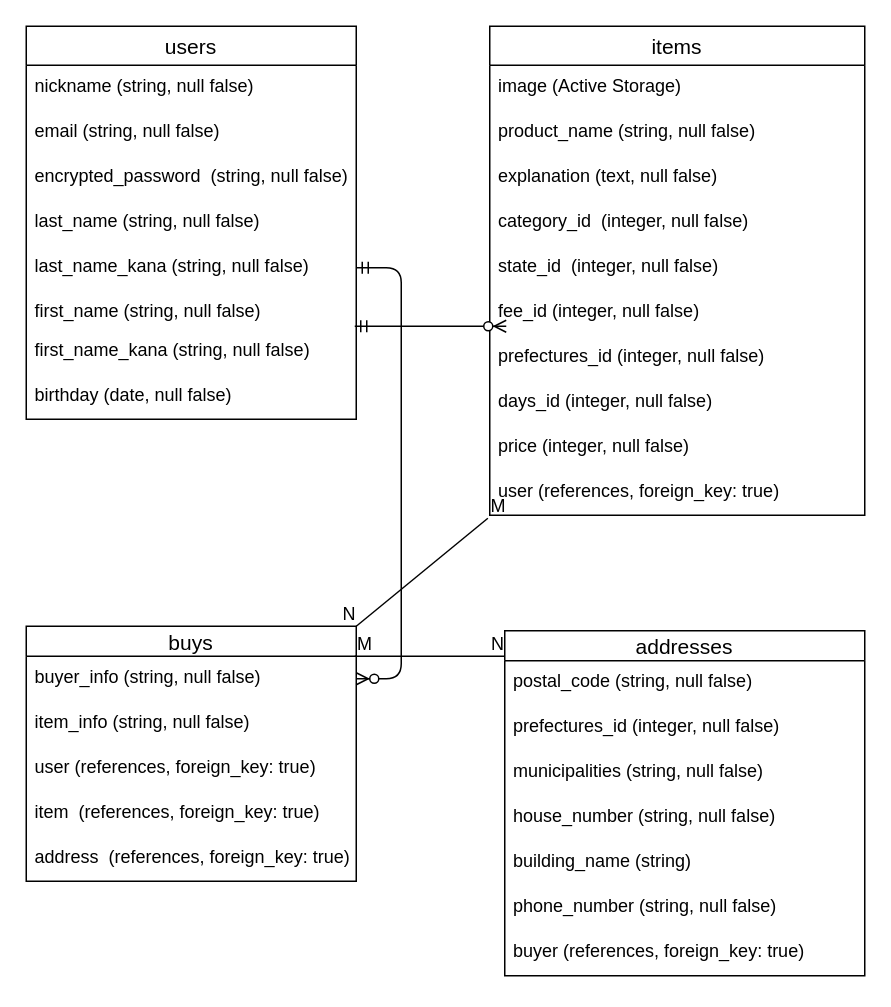
Before: furima.dio in masayoshi12/furima-27053, a draw.io diagram. Source tidied: cells renumbered, new cells numbered last; positions are measured from the earlier drawing's top-left corner, leaving out a move shared by most shapes. Both pictures are drawn from the tidied source at 150%, with x=0, y=0 at pixel (26, 26).
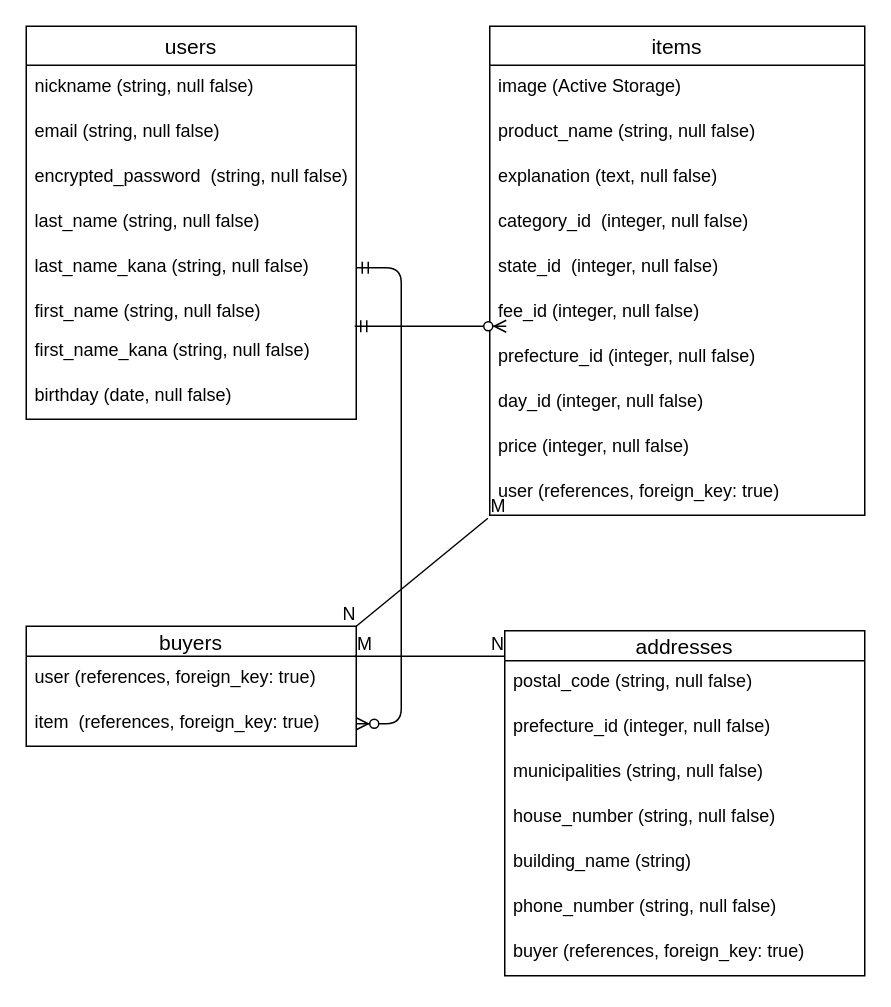
The same diagram, later.

Commit message (it also covers changes not shown here):
データベース設計(修正_3)

The change refers to these unchanged cells:
```xml
<mxCell id="7" value="last_name_kana (string, null false)" style="text;strokeColor=none;fillColor=none;spacingLeft=4;spacingRight=4;overflow=hidden;points=[[0,0.5],[1,0.5]];portConstraint=eastwest;fontSize=12;" parent="2" vertex="1">
  <mxGeometry y="146" width="220" height="30" as="geometry" />
</mxCell>
<mxCell id="11" value="items" style="swimlane;fontStyle=0;horizontal=1;startSize=26;align=center;fontSize=14;" parent="1" vertex="1">
  <mxGeometry x="309" width="250" height="326" as="geometry" />
</mxCell>
<mxCell id="32" value="addresses" style="swimlane;fontStyle=0;horizontal=1;startSize=20;align=center;fontSize=14;" parent="1" vertex="1">
  <mxGeometry x="319" y="403" width="240" height="230" as="geometry" />
</mxCell>
```

Diff of the diagram source:
```diff
@@
-    <mxCell id="18" value="prefectures_id (integer, null false)" style="text;strokeColor=none;fillColor=none;spacingLeft=4;spacingRight=4;overflow=hidden;fontSize=12;" parent="11" vertex="1">
+    <mxCell id="18" value="prefecture_id (integer, null false)" style="text;strokeColor=none;fillColor=none;spacingLeft=4;spacingRight=4;overflow=hidden;fontSize=12;" parent="11" vertex="1">
       <mxGeometry y="206" width="250" height="30" as="geometry" />
     </mxCell>
-    <mxCell id="19" value="days_id (integer, null false)" style="text;strokeColor=none;fillColor=none;spacingLeft=4;spacingRight=4;overflow=hidden;fontSize=12;" parent="11" vertex="1">
+    <mxCell id="19" value="day_id (integer, null false)" style="text;strokeColor=none;fillColor=none;spacingLeft=4;spacingRight=4;overflow=hidden;fontSize=12;" parent="11" vertex="1">
       <mxGeometry y="236" width="250" height="30" as="geometry" />
     </mxCell>
@@
-    <mxCell id="23" value="buys" style="swimlane;fontStyle=0;horizontal=1;startSize=20;align=center;fontSize=14;" parent="1" vertex="1">
-      <mxGeometry y="400" width="220" height="170" as="geometry" />
+    <mxCell id="23" value="buyers" style="swimlane;fontStyle=0;horizontal=1;startSize=20;align=center;fontSize=14;" parent="1" vertex="1">
+      <mxGeometry y="400" width="220" height="80" as="geometry" />
     </mxCell>
-    <mxCell id="24" value="buyer_info (string, null false)" style="text;strokeColor=none;fillColor=none;spacingLeft=4;spacingRight=4;overflow=hidden;points=[[0,0.5],[1,0.5]];portConstraint=eastwest;fontSize=12;" parent="23" vertex="1">
-      <mxGeometry y="20" width="220" height="30" as="geometry" />
-    </mxCell>
-    <mxCell id="25" value="item_info (string, null false)" style="text;strokeColor=none;fillColor=none;spacingLeft=4;spacingRight=4;overflow=hidden;fontSize=12;" parent="23" vertex="1">
-      <mxGeometry y="50" width="220" height="30" as="geometry" />
-    </mxCell>
     <mxCell id="26" value="user (references, foreign_key: true)" style="text;strokeColor=none;fillColor=none;spacingLeft=4;spacingRight=4;overflow=hidden;fontSize=12;" parent="23" vertex="1">
-      <mxGeometry y="80" width="220" height="30" as="geometry" />
+      <mxGeometry y="20" width="220" height="30" as="geometry" />
     </mxCell>
     <mxCell id="27" value="item  (references, foreign_key: true)" style="text;strokeColor=none;fillColor=none;spacingLeft=4;spacingRight=4;overflow=hidden;points=[[0,0.5],[1,0.5]];portConstraint=eastwest;fontSize=12;" parent="23" vertex="1">
-      <mxGeometry y="110" width="220" height="30" as="geometry" />
+      <mxGeometry y="50" width="220" height="30" as="geometry" />
     </mxCell>
-    <mxCell id="28" value="address  (references, foreign_key: true)" style="text;strokeColor=none;fillColor=none;spacingLeft=4;spacingRight=4;overflow=hidden;fontSize=12;" parent="23" vertex="1">
-      <mxGeometry y="140" width="220" height="30" as="geometry" />
-    </mxCell>
@@
-    <mxCell id="34" value="prefectures_id (integer, null false)" style="text;strokeColor=none;fillColor=none;spacingLeft=4;spacingRight=4;overflow=hidden;fontSize=12;" parent="32" vertex="1">
+    <mxCell id="34" value="prefecture_id (integer, null false)" style="text;strokeColor=none;fillColor=none;spacingLeft=4;spacingRight=4;overflow=hidden;fontSize=12;" parent="32" vertex="1">
       <mxGeometry y="50" width="240" height="30" as="geometry" />
     </mxCell>
@@
-    <mxCell id="43" style="edgeStyle=entityRelationEdgeStyle;fontSize=12;html=1;endArrow=ERzeroToMany;startArrow=ERmandOne;exitX=1;exitY=0.5;exitDx=0;exitDy=0;entryX=1;entryY=0.5;entryDx=0;entryDy=0;" parent="1" edge="1" source="7" target="24">
+    <mxCell id="43" style="edgeStyle=entityRelationEdgeStyle;fontSize=12;html=1;endArrow=ERzeroToMany;startArrow=ERmandOne;exitX=1;exitY=0.5;exitDx=0;exitDy=0;entryX=1;entryY=0.5;entryDx=0;entryDy=0;" parent="1" edge="1" source="7" target="27">
       <mxGeometry relative="1" as="geometry" />
     </mxCell>
```
